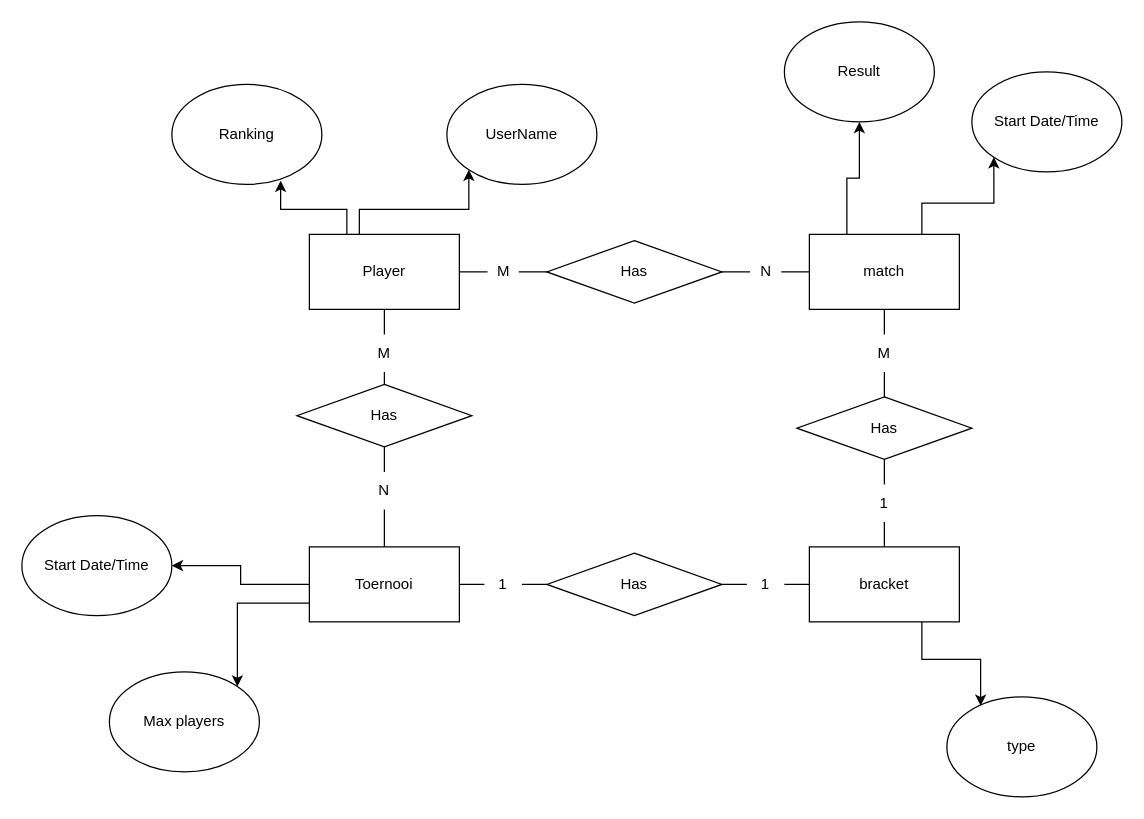
This is SBS conceptueel model.drawio from BartSchool/Semester-2, a draw.io file, before an edit. Source tidied: cells renumbered, new cells numbered last; positions are measured from the earlier drawing's top-left corner, leaving out a move shared by most shapes. Both pictures are drawn from the tidied source at 125%, with x=0, y=0 at pixel (21, 21).
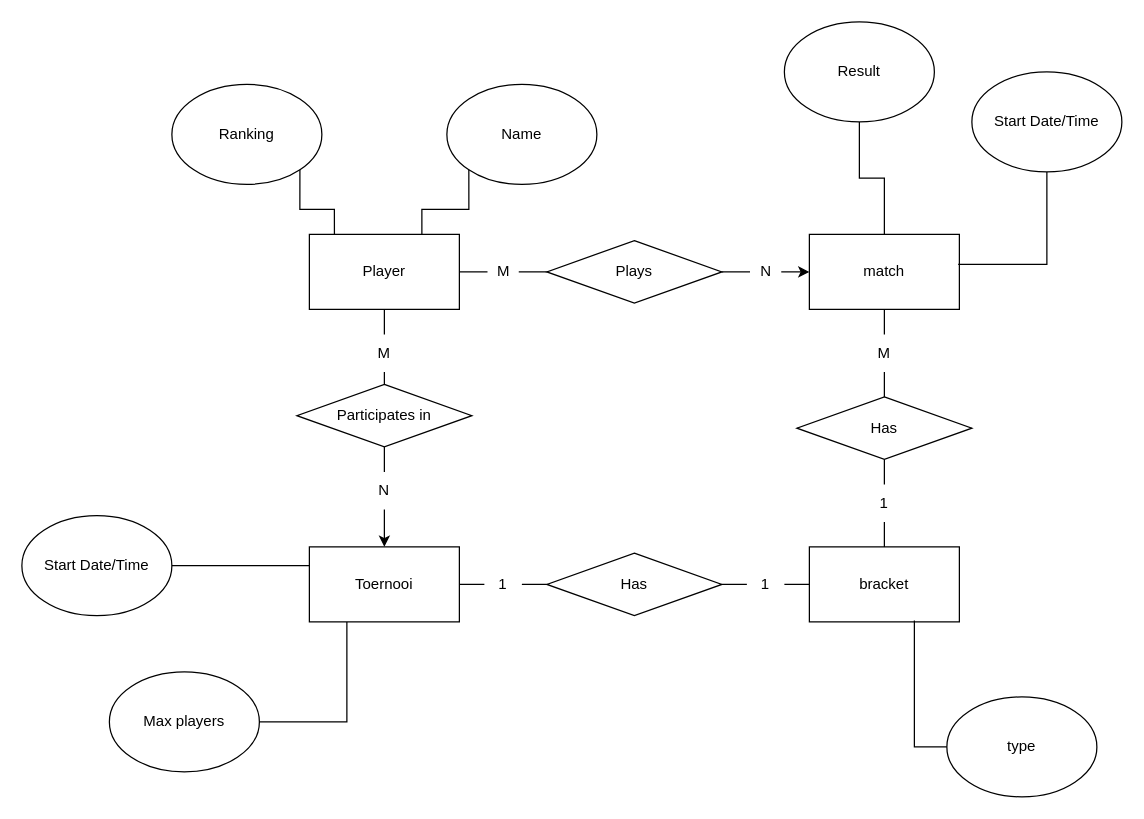
The same page after the edit.

The change refers to these unchanged cells:
```xml
<mxCell id="4" value="Player" style="rounded=0;whiteSpace=wrap;html=1;" parent="1" vertex="1">
  <mxGeometry x="230" y="170" width="120" height="60" as="geometry" />
</mxCell>
<mxCell id="6" value="Ranking" style="ellipse;whiteSpace=wrap;html=1;" parent="1" vertex="1">
  <mxGeometry x="120" y="50" width="120" height="80" as="geometry" />
</mxCell>
<mxCell id="9" value="Toernooi" style="rounded=0;whiteSpace=wrap;html=1;" parent="1" vertex="1">
  <mxGeometry x="230" y="420" width="120" height="60" as="geometry" />
</mxCell>
<mxCell id="11" value="bracket" style="rounded=0;whiteSpace=wrap;html=1;" parent="1" vertex="1">
  <mxGeometry x="630" y="420" width="120" height="60" as="geometry" />
</mxCell>
<mxCell id="14" value="match" style="rounded=0;whiteSpace=wrap;html=1;" parent="1" vertex="1">
  <mxGeometry x="630" y="170" width="120" height="60" as="geometry" />
</mxCell>
<mxCell id="21" value="N" style="text;html=1;strokeColor=none;fillColor=none;align=center;verticalAlign=middle;whiteSpace=wrap;rounded=0;" parent="1" vertex="1">
  <mxGeometry x="260" y="360" width="60" height="30" as="geometry" />
</mxCell>
<mxCell id="36" value="Start Date/Time" style="ellipse;whiteSpace=wrap;html=1;" parent="1" vertex="1">
  <mxGeometry y="395" width="120" height="80" as="geometry" />
</mxCell>
<mxCell id="37" value="Max players" style="ellipse;whiteSpace=wrap;html=1;" parent="1" vertex="1">
  <mxGeometry x="70" y="520" width="120" height="80" as="geometry" />
</mxCell>
<mxCell id="38" value="type" style="ellipse;whiteSpace=wrap;html=1;" parent="1" vertex="1">
  <mxGeometry x="740" y="540" width="120" height="80" as="geometry" />
</mxCell>
<mxCell id="43" value="N" style="text;html=1;strokeColor=none;fillColor=none;align=center;verticalAlign=middle;whiteSpace=wrap;rounded=0;" parent="1" vertex="1">
  <mxGeometry x="582.5" y="185" width="25" height="30" as="geometry" />
</mxCell>
<mxCell id="46" value="Result" style="ellipse;whiteSpace=wrap;html=1;" parent="1" vertex="1">
  <mxGeometry x="610" width="120" height="80" as="geometry" />
</mxCell>
<mxCell id="47" value="Start Date/Time" style="ellipse;whiteSpace=wrap;html=1;" parent="1" vertex="1">
  <mxGeometry x="760" y="40" width="120" height="80" as="geometry" />
</mxCell>
```

What changed in the source:
```diff
@@
-    <mxCell id="2" style="edgeStyle=orthogonalEdgeStyle;rounded=0;jettySize=auto;html=1;exitX=0.25;exitY=0;exitDx=0;exitDy=0;entryX=0.725;entryY=0.963;entryDx=0;entryDy=0;entryPerimeter=0;" parent="1" edge="1" source="4" target="6">
-      <mxGeometry relative="1" as="geometry" />
-    </mxCell>
-    <mxCell id="3" style="edgeStyle=orthogonalEdgeStyle;rounded=0;jettySize=auto;html=1;exitX=0.333;exitY=0;exitDx=0;exitDy=0;entryX=0;entryY=1;entryDx=0;entryDy=0;exitPerimeter=0;" parent="1" edge="1" source="4" target="5">
-      <mxGeometry relative="1" as="geometry" />
-    </mxCell>
@@
-    <mxCell id="5" value="UserName" style="ellipse;whiteSpace=wrap;html=1;" parent="1" vertex="1">
+    <mxCell id="5" value="Name" style="ellipse;whiteSpace=wrap;html=1;" parent="1" vertex="1">
       <mxGeometry x="340" y="50" width="120" height="80" as="geometry" />
     </mxCell>
@@
-    <mxCell id="7" style="edgeStyle=orthogonalEdgeStyle;rounded=0;jettySize=auto;html=1;exitX=0;exitY=0.5;exitDx=0;exitDy=0;entryX=1;entryY=0.5;entryDx=0;entryDy=0;" parent="1" edge="1" source="9" target="36">
-      <mxGeometry relative="1" as="geometry" />
-    </mxCell>
-    <mxCell id="8" style="edgeStyle=orthogonalEdgeStyle;rounded=0;jettySize=auto;html=1;exitX=0;exitY=0.75;exitDx=0;exitDy=0;entryX=1;entryY=0;entryDx=0;entryDy=0;" parent="1" edge="1" source="9" target="37">
-      <mxGeometry relative="1" as="geometry" />
-    </mxCell>
@@
-    <mxCell id="10" style="edgeStyle=orthogonalEdgeStyle;rounded=0;jettySize=auto;html=1;exitX=0.75;exitY=1;exitDx=0;exitDy=0;entryX=0.225;entryY=0.088;entryDx=0;entryDy=0;entryPerimeter=0;" parent="1" edge="1" source="11" target="38">
-      <mxGeometry relative="1" as="geometry" />
-    </mxCell>
@@
-    <mxCell id="12" style="edgeStyle=orthogonalEdgeStyle;rounded=0;jettySize=auto;html=1;exitX=0.25;exitY=0;exitDx=0;exitDy=0;entryX=0.5;entryY=1;entryDx=0;entryDy=0;" parent="1" edge="1" source="14" target="46">
-      <mxGeometry relative="1" as="geometry" />
-    </mxCell>
-    <mxCell id="13" style="edgeStyle=orthogonalEdgeStyle;rounded=0;jettySize=auto;html=1;exitX=0.75;exitY=0;exitDx=0;exitDy=0;entryX=0;entryY=1;entryDx=0;entryDy=0;" parent="1" edge="1" source="14" target="47">
-      <mxGeometry relative="1" as="geometry" />
-    </mxCell>
@@
-    <mxCell id="17" value="Has" style="rhombus;whiteSpace=wrap;html=1;" parent="1" vertex="1">
+    <mxCell id="17" value="Participates in" style="rhombus;whiteSpace=wrap;html=1;" parent="1" vertex="1">
       <mxGeometry x="220" y="290" width="140" height="50" as="geometry" />
     </mxCell>
@@
-    <mxCell id="20" style="endArrow=none;html=1;rounded=0;exitX=0.5;exitY=0;exitDx=0;exitDy=0;entryX=0.5;entryY=1;entryDx=0;entryDy=0;" parent="1" edge="1" source="9" target="21">
-      <mxGeometry relative="1" as="geometry" />
-    </mxCell>
@@
-    <mxCell id="39" style="endArrow=none;html=1;rounded=0;exitX=1;exitY=0.5;exitDx=0;exitDy=0;entryX=0;entryY=0.5;entryDx=0;entryDy=0;startArrow=none;" parent="1" edge="1" source="43" target="14">
-      <mxGeometry relative="1" as="geometry" />
-    </mxCell>
@@
-    <mxCell id="41" value="Has" style="rhombus;whiteSpace=wrap;html=1;" parent="1" vertex="1">
+    <mxCell id="41" value="Plays" style="rhombus;whiteSpace=wrap;html=1;" parent="1" vertex="1">
       <mxGeometry x="420" y="175" width="140" height="50" as="geometry" />
     </mxCell>
@@
+    <mxCell id="48" style="endArrow=none;html=1;rounded=0;entryX=0.167;entryY=0;entryDx=0;entryDy=0;entryPerimeter=0;exitX=1;exitY=1;exitDx=0;exitDy=0;edgeStyle=orthogonalEdgeStyle;" parent="1" edge="1" source="6" target="4">
+      <mxGeometry relative="1" as="geometry" />
+    </mxCell>
+    <mxCell id="49" style="endArrow=none;html=1;rounded=0;entryX=0.75;entryY=0;entryDx=0;entryDy=0;exitX=0;exitY=1;exitDx=0;exitDy=0;edgeStyle=orthogonalEdgeStyle;" parent="1" edge="1" source="5" target="4">
+      <mxGeometry relative="1" as="geometry" />
+    </mxCell>
+    <mxCell id="50" style="endArrow=none;html=1;rounded=0;entryX=0;entryY=0.25;entryDx=0;entryDy=0;exitX=1;exitY=0.5;exitDx=0;exitDy=0;edgeStyle=orthogonalEdgeStyle;" parent="1" edge="1" source="36" target="9">
+      <mxGeometry relative="1" as="geometry" />
+    </mxCell>
+    <mxCell id="51" style="endArrow=none;html=1;rounded=0;entryX=0.25;entryY=1;entryDx=0;entryDy=0;exitX=1;exitY=0.5;exitDx=0;exitDy=0;edgeStyle=orthogonalEdgeStyle;" parent="1" edge="1" source="37" target="9">
+      <mxGeometry relative="1" as="geometry" />
+    </mxCell>
+    <mxCell id="52" style="endArrow=none;html=1;rounded=0;entryX=0.7;entryY=0.983;entryDx=0;entryDy=0;entryPerimeter=0;exitX=0;exitY=0.5;exitDx=0;exitDy=0;edgeStyle=orthogonalEdgeStyle;" parent="1" edge="1" source="38" target="11">
+      <mxGeometry relative="1" as="geometry" />
+    </mxCell>
+    <mxCell id="53" style="endArrow=none;html=1;rounded=0;entryX=0.992;entryY=0.4;entryDx=0;entryDy=0;entryPerimeter=0;exitX=0.5;exitY=1;exitDx=0;exitDy=0;edgeStyle=orthogonalEdgeStyle;" parent="1" edge="1" source="47" target="14">
+      <mxGeometry relative="1" as="geometry" />
+    </mxCell>
+    <mxCell id="54" style="endArrow=none;html=1;rounded=0;entryX=0.5;entryY=0;entryDx=0;entryDy=0;exitX=0.5;exitY=1;exitDx=0;exitDy=0;edgeStyle=orthogonalEdgeStyle;" parent="1" edge="1" source="46" target="14">
+      <mxGeometry relative="1" as="geometry" />
+    </mxCell>
+    <mxCell id="39" style="endArrow=classic;html=1;rounded=0;exitX=1;exitY=0.5;exitDx=0;exitDy=0;entryX=0;entryY=0.5;entryDx=0;entryDy=0;" parent="1" edge="1" source="43" target="14">
+      <mxGeometry relative="1" as="geometry" />
+    </mxCell>
+    <mxCell id="55" style="endArrow=classic;html=1;rounded=0;exitX=0.5;exitY=1;exitDx=0;exitDy=0;entryX=0.5;entryY=0;entryDx=0;entryDy=0;" parent="1" edge="1" source="21" target="9">
+      <mxGeometry relative="1" as="geometry" />
+    </mxCell>
```
